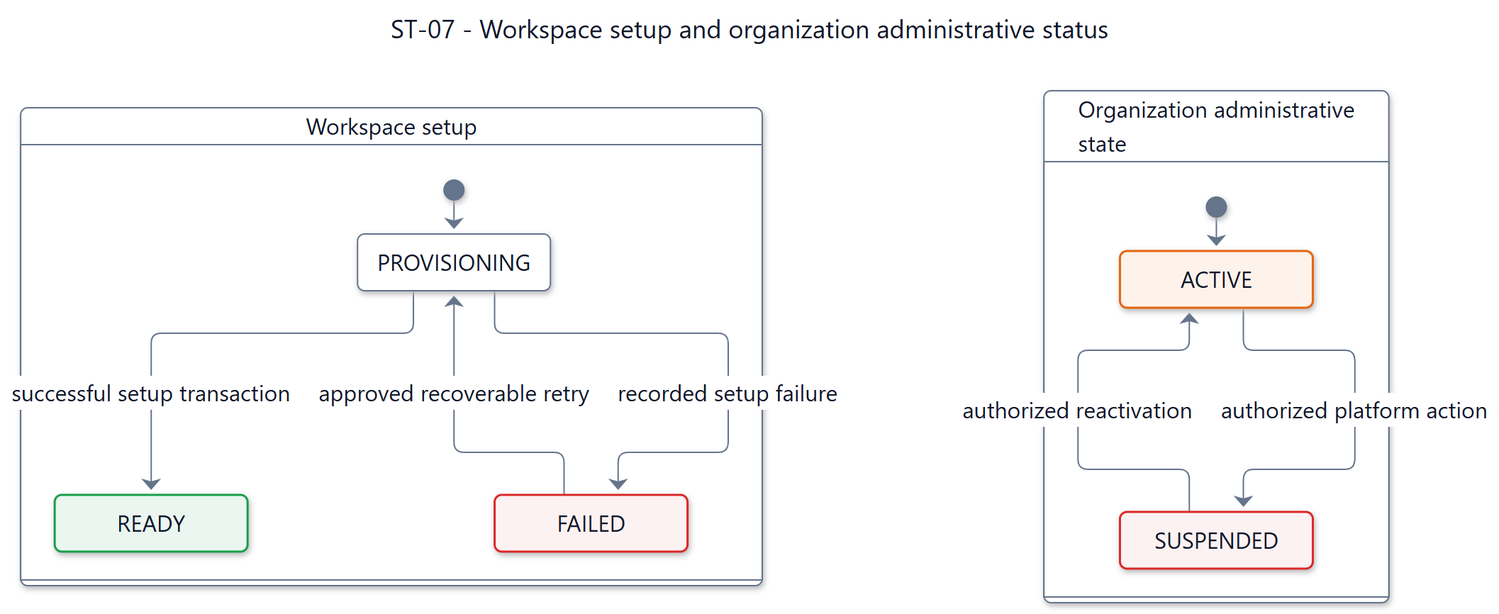
Above: documents/diagrams/mermaid/st-07.png in SEP490-Fall-2026-GFA26SE64/SEP490 (Mermaid), before the change. Its source is kept beside it as documents/diagrams/mermaid/st-07.mmd.
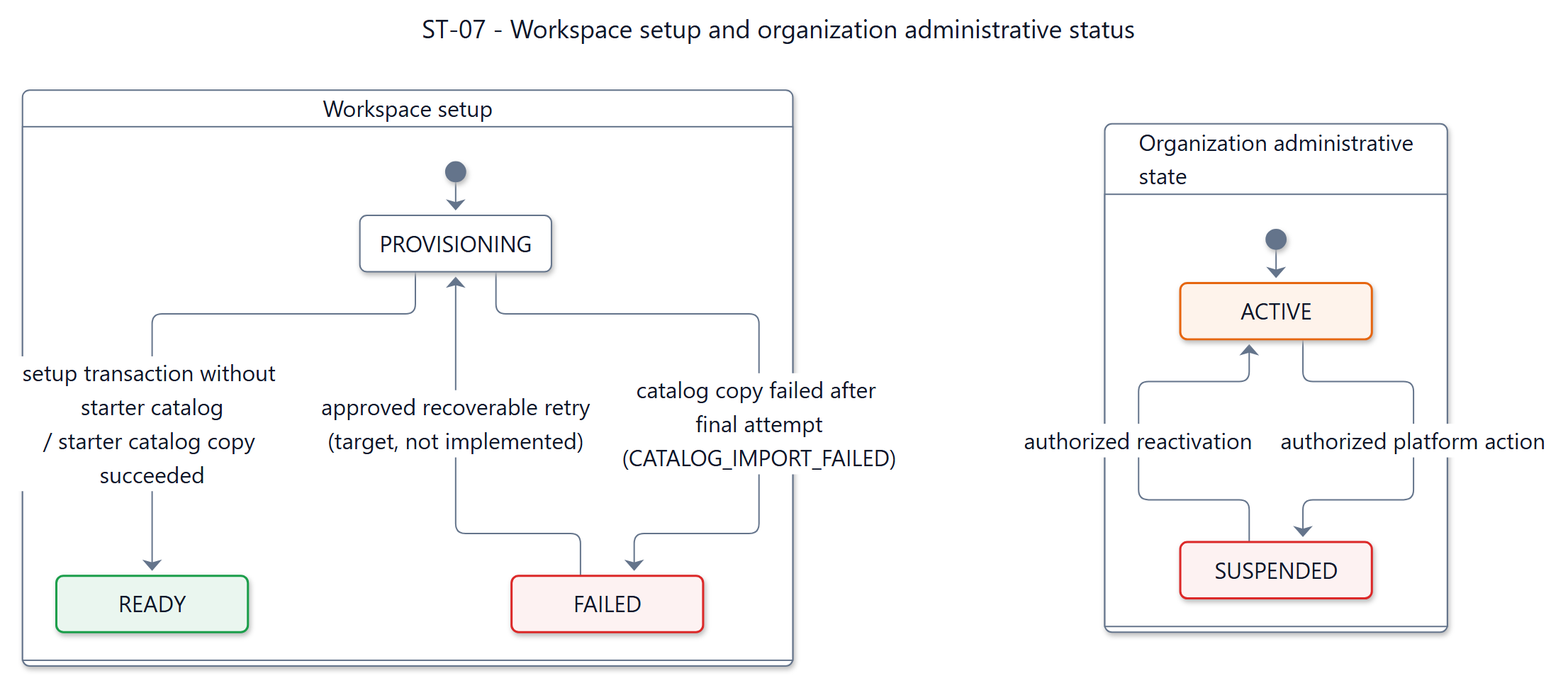
After the commit.

The edit, as a diff of the source:
```diff
@@ -8,9 +8,9 @@
     state "READY" as SDD_ST_07_READY
     state "FAILED" as SDD_ST_07_FAILED
     [*] --> SDD_ST_07_PROVISIONING
-    SDD_ST_07_PROVISIONING --> SDD_ST_07_READY : successful setup transaction
-    SDD_ST_07_PROVISIONING --> SDD_ST_07_FAILED : recorded setup failure
-    SDD_ST_07_FAILED --> SDD_ST_07_PROVISIONING : approved recoverable retry
+    SDD_ST_07_PROVISIONING --> SDD_ST_07_READY : setup transaction without starter catalog<br/>/ starter catalog copy succeeded
+    SDD_ST_07_PROVISIONING --> SDD_ST_07_FAILED : catalog copy failed after final attempt<br/>(CATALOG_IMPORT_FAILED)
+    SDD_ST_07_FAILED --> SDD_ST_07_PROVISIONING : approved recoverable retry<br/>(target, not implemented)
   }
   state "Organization administrative<br/>state" as SDD_ST_07_Organization {
     state "ACTIVE" as SDD_ST_07_ACTIVE
```
